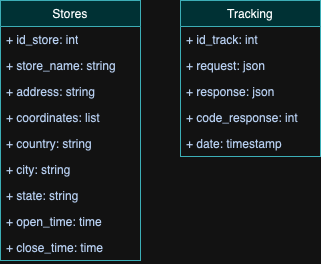
Earlier version of the draw.io export instastore/multimedia/database.png (Valentina17varela/technical-challenges). Source tidied: cells renumbered, new cells last; positions are measured from the earlier drawing's top-left corner, leaving out a move shared by most shapes.
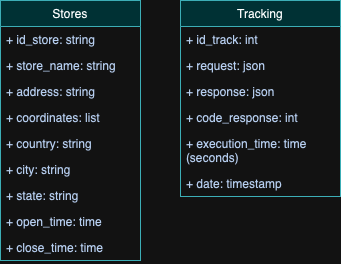
Later version of the same file.

Change to the diagram source:
```diff
@@ -5,7 +5,7 @@
     <mxCell id="2" value="Stores" style="swimlane;fontStyle=0;horizontal=1;startSize=26;fillColor=#b0e3e6;whiteSpace=wrap;html=1;strokeColor=#0e8088;" parent="1" vertex="1">
       <mxGeometry width="140" height="260" as="geometry" />
     </mxCell>
-    <mxCell id="3" value="+ id_store: int" style="text;strokeColor=none;fillColor=none;align=left;verticalAlign=top;spacingLeft=4;spacingRight=4;overflow=hidden;whiteSpace=wrap;html=1;fontColor=#1D3557;" parent="2" vertex="1">
+    <mxCell id="3" value="+ id_store: string" style="text;strokeColor=none;fillColor=none;align=left;verticalAlign=top;spacingLeft=4;spacingRight=4;overflow=hidden;whiteSpace=wrap;html=1;fontColor=#1D3557;" parent="2" vertex="1">
       <mxGeometry y="26" width="140" height="26" as="geometry" />
     </mxCell>
     <mxCell id="4" value="+ store_name: string" style="text;strokeColor=none;fillColor=none;align=left;verticalAlign=top;spacingLeft=4;spacingRight=4;overflow=hidden;whiteSpace=wrap;html=1;fontColor=#1D3557;" parent="2" vertex="1">
@@ -33,22 +33,25 @@
       <mxGeometry y="234" width="140" height="26" as="geometry" />
     </mxCell>
     <mxCell id="12" value="Tracking" style="swimlane;fontStyle=0;horizontal=1;startSize=26;fillColor=#b0e3e6;whiteSpace=wrap;html=1;strokeColor=#0e8088;" parent="1" vertex="1">
-      <mxGeometry x="180" width="140" height="156" as="geometry" />
+      <mxGeometry x="180" width="160" height="196" as="geometry" />
     </mxCell>
     <mxCell id="13" value="+ id_track: int" style="text;strokeColor=none;fillColor=none;align=left;verticalAlign=top;spacingLeft=4;spacingRight=4;overflow=hidden;whiteSpace=wrap;html=1;fontColor=#1D3557;" parent="12" vertex="1">
-      <mxGeometry y="26" width="140" height="26" as="geometry" />
+      <mxGeometry y="26" width="160" height="26" as="geometry" />
     </mxCell>
     <mxCell id="14" value="+ request: json" style="text;strokeColor=none;fillColor=none;align=left;verticalAlign=top;spacingLeft=4;spacingRight=4;overflow=hidden;whiteSpace=wrap;html=1;fontColor=#1D3557;" parent="12" vertex="1">
-      <mxGeometry y="52" width="140" height="26" as="geometry" />
+      <mxGeometry y="52" width="160" height="26" as="geometry" />
     </mxCell>
     <mxCell id="15" value="+ response: json" style="text;strokeColor=none;fillColor=none;align=left;verticalAlign=top;spacingLeft=4;spacingRight=4;overflow=hidden;whiteSpace=wrap;html=1;fontColor=#1D3557;" parent="12" vertex="1">
-      <mxGeometry y="78" width="140" height="26" as="geometry" />
+      <mxGeometry y="78" width="160" height="26" as="geometry" />
     </mxCell>
     <mxCell id="16" value="+ code_response: int" style="text;strokeColor=none;fillColor=none;align=left;verticalAlign=top;spacingLeft=4;spacingRight=4;overflow=hidden;whiteSpace=wrap;html=1;fontColor=#1D3557;" parent="12" vertex="1">
-      <mxGeometry y="104" width="140" height="26" as="geometry" />
+      <mxGeometry y="104" width="160" height="26" as="geometry" />
     </mxCell>
+    <mxCell id="18" value="+ execution_time: time (seconds)" style="text;strokeColor=none;fillColor=none;align=left;verticalAlign=top;spacingLeft=4;spacingRight=4;overflow=hidden;whiteSpace=wrap;html=1;fontColor=#1D3557;" parent="12" vertex="1">
+      <mxGeometry y="130" width="160" height="40" as="geometry" />
+    </mxCell>
     <mxCell id="17" value="+ date: timestamp" style="text;strokeColor=none;fillColor=none;align=left;verticalAlign=top;spacingLeft=4;spacingRight=4;overflow=hidden;whiteSpace=wrap;html=1;fontColor=#1D3557;" parent="12" vertex="1">
-      <mxGeometry y="130" width="140" height="26" as="geometry" />
+      <mxGeometry y="170" width="160" height="26" as="geometry" />
     </mxCell>
   </root>
 </mxGraphModel>
```
